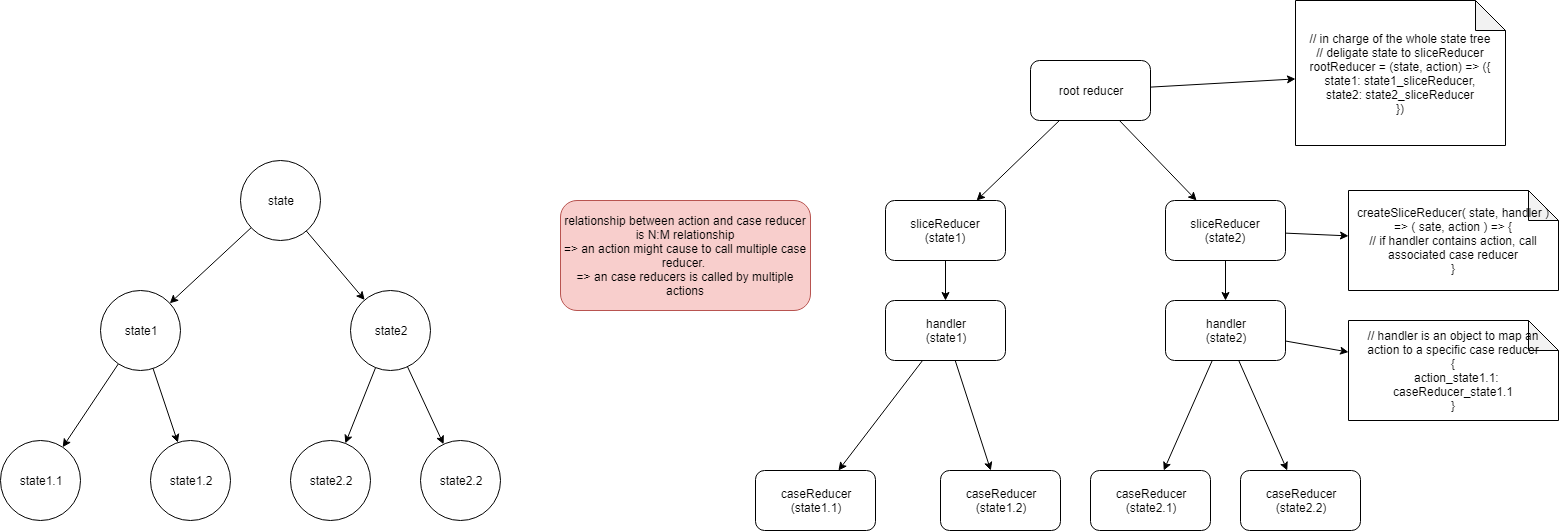
Above: reducer_logic.png in stsiwo/react_redux_concept (draw.io), before the change. Source tidied: cells renumbered, new cells last; positions are measured from the earlier drawing's top-left corner, leaving out a move shared by most shapes.
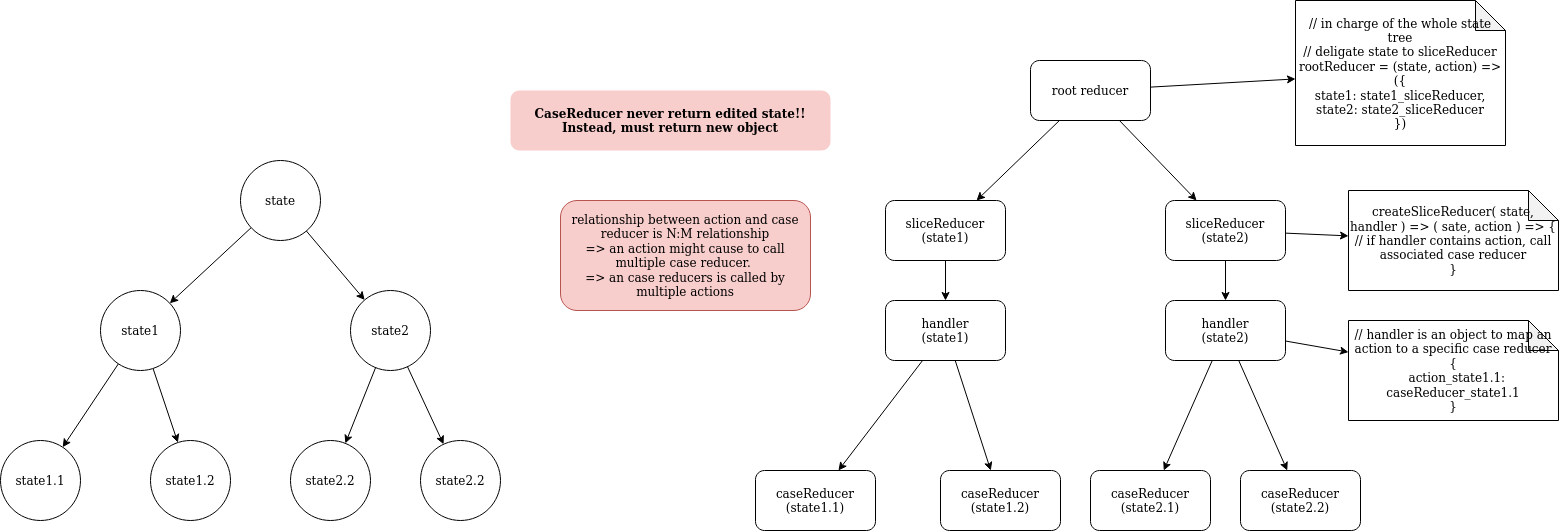
Above is the later version.

Diff of the diagram source:
```diff
@@ -113,5 +113,8 @@
     <mxCell id="38" value="relationship between action and case reducer is N:M relationship&lt;br&gt;=&amp;gt; an action might cause to call multiple case reducer.&amp;nbsp;&lt;br&gt;=&amp;gt; an case reducers is called by multiple actions&lt;br&gt;" style="rounded=1;whiteSpace=wrap;html=1;fillColor=#f8cecc;strokeColor=#b85450;" parent="1" vertex="1">
       <mxGeometry x="560" y="200" width="250" height="110" as="geometry" />
     </mxCell>
+    <mxCell id="39" value="&lt;b&gt;CaseReducer never return edited state!! Instead, must return new object&lt;/b&gt;" style="rounded=1;whiteSpace=wrap;html=1;fillColor=#f8cecc;strokeColor=none;" parent="1" vertex="1">
+      <mxGeometry x="510" y="90" width="320" height="60" as="geometry" />
+    </mxCell>
   </root>
 </mxGraphModel>
```
